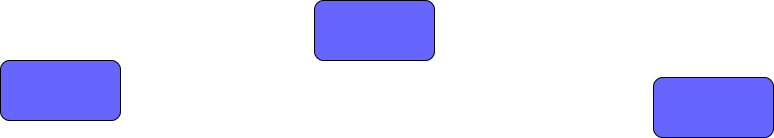
Before: JAVA/test.drawio.png, a diagram exported from draw.io (acttq/draw). Source tidied: cells renumbered, new cells last; positions are measured from the earlier drawing's top-left corner, leaving out a move shared by most shapes.
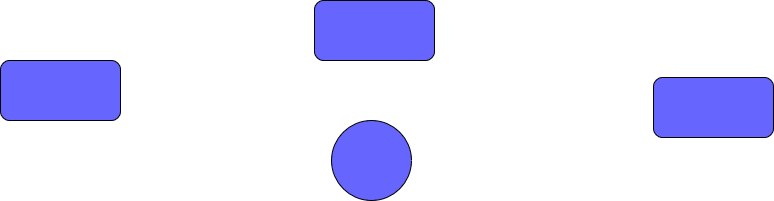
After the change.

What changed in the source:
```diff
@@ -11,5 +11,8 @@
     <mxCell id="4" style="rounded=1;whiteSpace=wrap;html=1;fillColor=#6666FF;" parent="1" vertex="1">
       <mxGeometry x="653" y="77" width="120" height="60" as="geometry" />
     </mxCell>
+    <mxCell id="5" style="ellipse;whiteSpace=wrap;html=1;fillColor=#6666FF;" parent="1" vertex="1">
+      <mxGeometry x="331" y="120" width="80" height="80" as="geometry" />
+    </mxCell>
   </root>
 </mxGraphModel>
```
